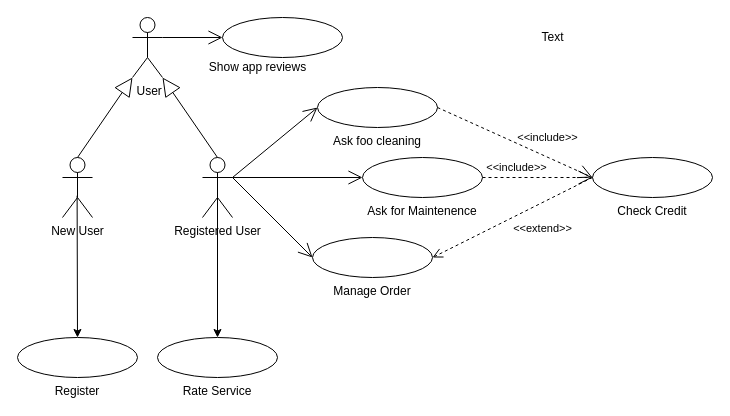
The draw.io diagram page "case diagram" (1 of 6) of saad project team 1.drawio in adhamfayrouzamf/drawio, before the edit. Source tidied: cells renumbered, new cells numbered last; positions are measured from the earlier drawing's top-left corner, leaving out a move shared by most shapes. Both pictures are drawn from the tidied source at 100%, with x=0, y=0 at pixel (17, 17).
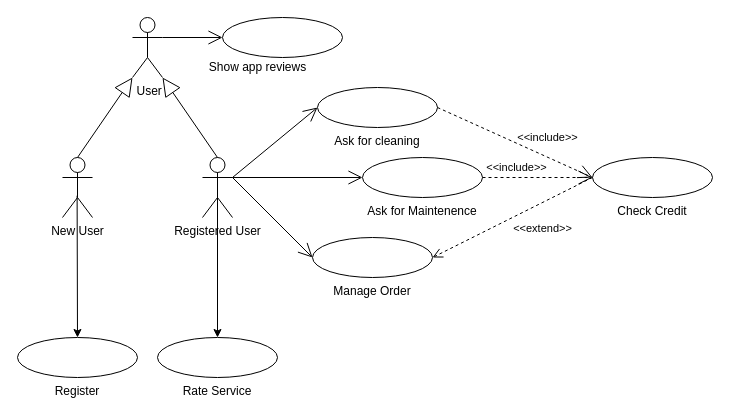
After the change.

Diff of the diagram source:
```diff
@@
-    <mxCell id="6" value="Ask foo cleaning" style="ellipse;whiteSpace=wrap;html=1;verticalAlign=top;labelPosition=center;verticalLabelPosition=bottom;align=center;" parent="1" vertex="1">
+    <mxCell id="6" value="Ask for cleaning" style="ellipse;whiteSpace=wrap;html=1;verticalAlign=top;labelPosition=center;verticalLabelPosition=bottom;align=center;" parent="1" vertex="1">
       <mxGeometry x="300" y="70" width="120" height="40" as="geometry" />
     </mxCell>
@@
-    <mxCell id="8" value="Text" style="text;html=1;align=center;verticalAlign=middle;fillColor=none;strokeColor=none;rounded=0;" parent="1" vertex="1">
-      <mxGeometry x="515" y="10" width="40" height="20" as="geometry" />
-    </mxCell>
```
